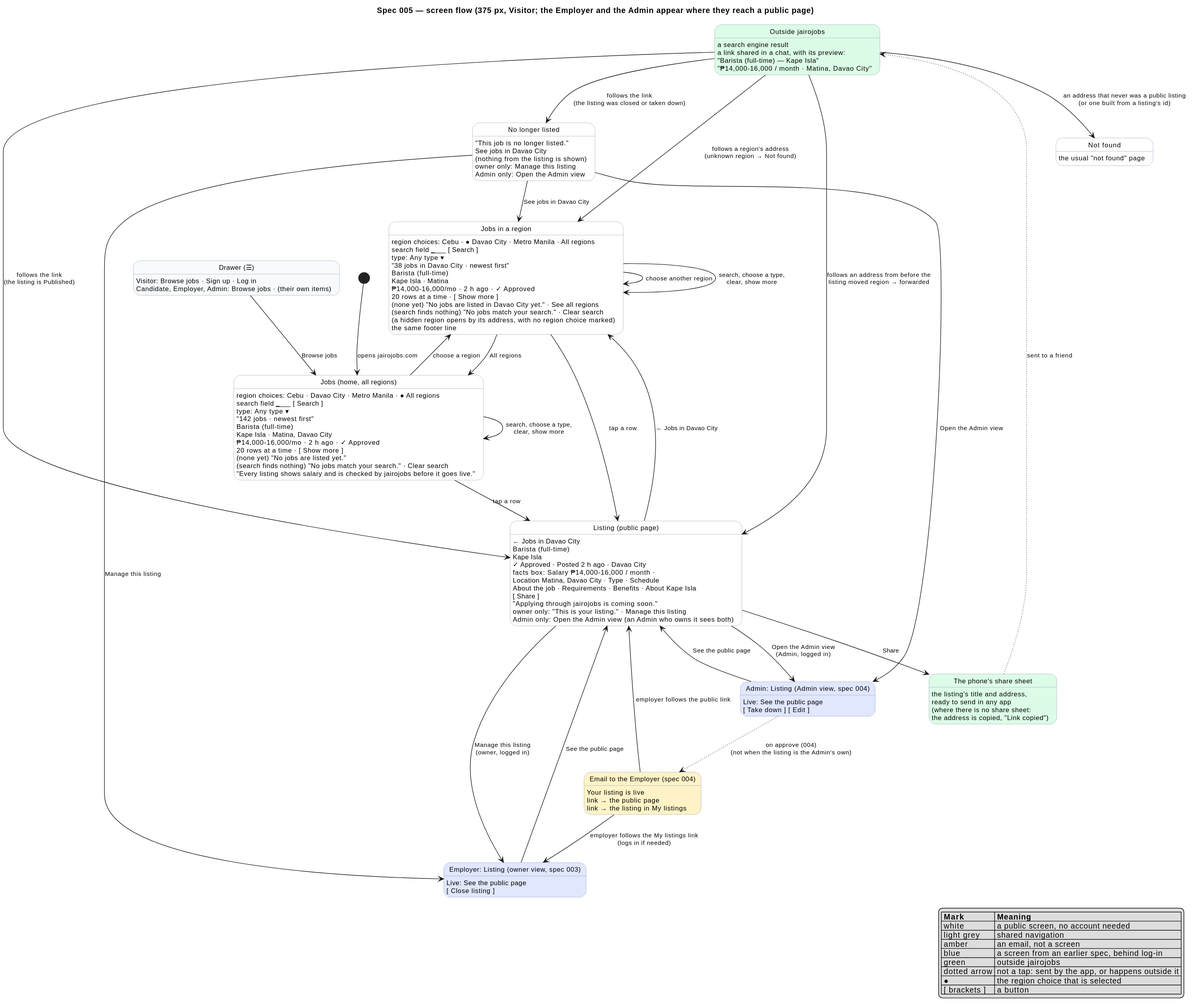
raseniero/jairojobs-elixir keeps this PlantUML diagram as docs/specs/005-public-browse-search/diagrams/screenflow-browse.svg. Above is the earlier version.
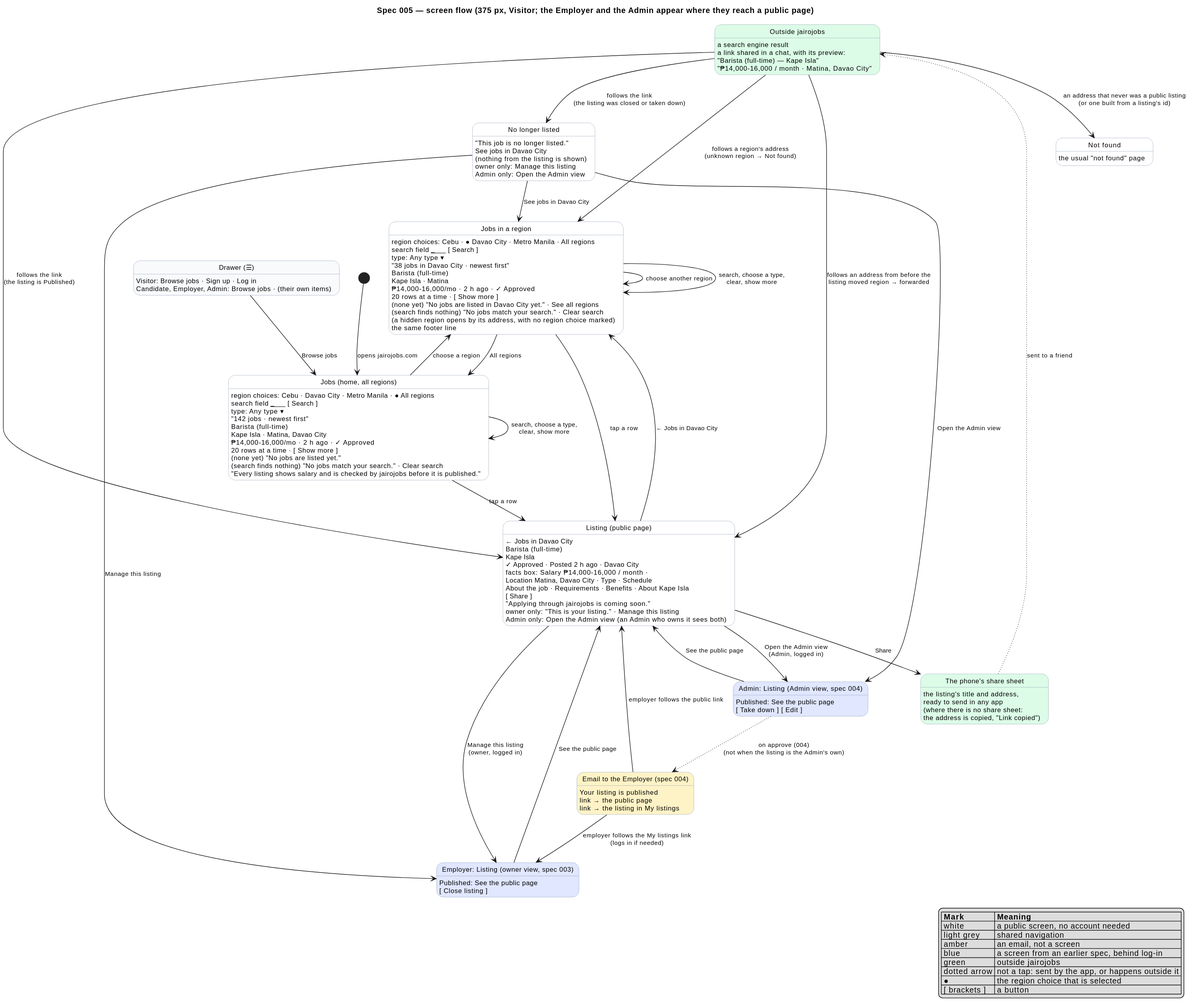
The same diagram one commit later.

Commit message:
docs(spec 005): one word per status; Published, Pending approval and Rejected, not the old screen labels

Diff of the diagram source:
```diff
@@ -35,7 +35,7 @@
 All : 20 rows at a time · [ Show more ]
 All : (none yet) "No jobs are listed yet."
 All : (search finds nothing) "No jobs match your search." · Clear search
-All : "Every listing shows salary and is checked by jairojobs before it goes live."
+All : "Every listing shows salary and is checked by jairojobs before it is published."
 
 state "Jobs in a region" as Region
 Region : region choices: Cebu · ● Davao City · Metro Manila · All regions
@@ -81,16 +81,16 @@
 Sheet : the address is copied, "Link copied")
 
 state "Email to the Employer (spec 004)" as Mail <<email>>
-Mail : Your listing is live
+Mail : Your listing is published
 Mail : link → the public page
 Mail : link → the listing in My listings
 
 state "Employer: Listing (owner view, spec 003)" as Owner <<other>>
-Owner : Live: See the public page
+Owner : Published: See the public page
 Owner : [ Close listing ]
 
 state "Admin: Listing (Admin view, spec 004)" as Admin <<other>>
-Admin : Live: See the public page
+Admin : Published: See the public page
 Admin : [ Take down ] [ Edit ]
 
 [*] --> All : opens jairojobs.com
```
